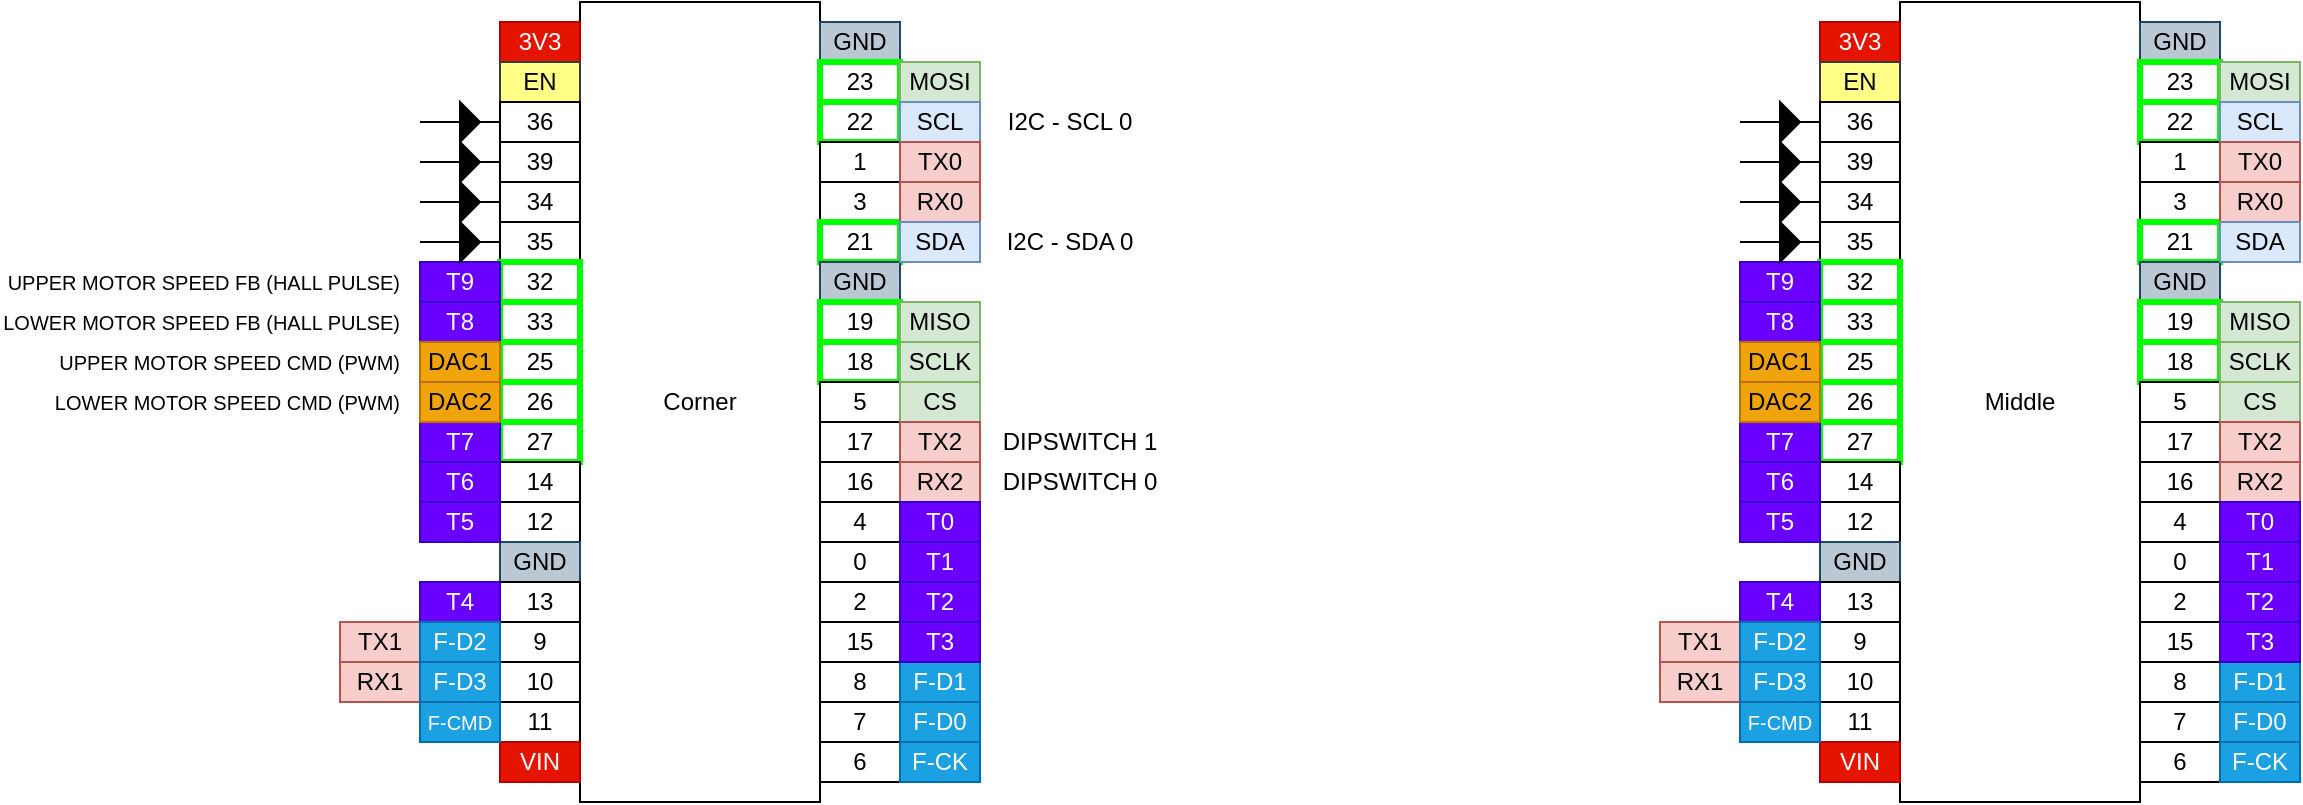
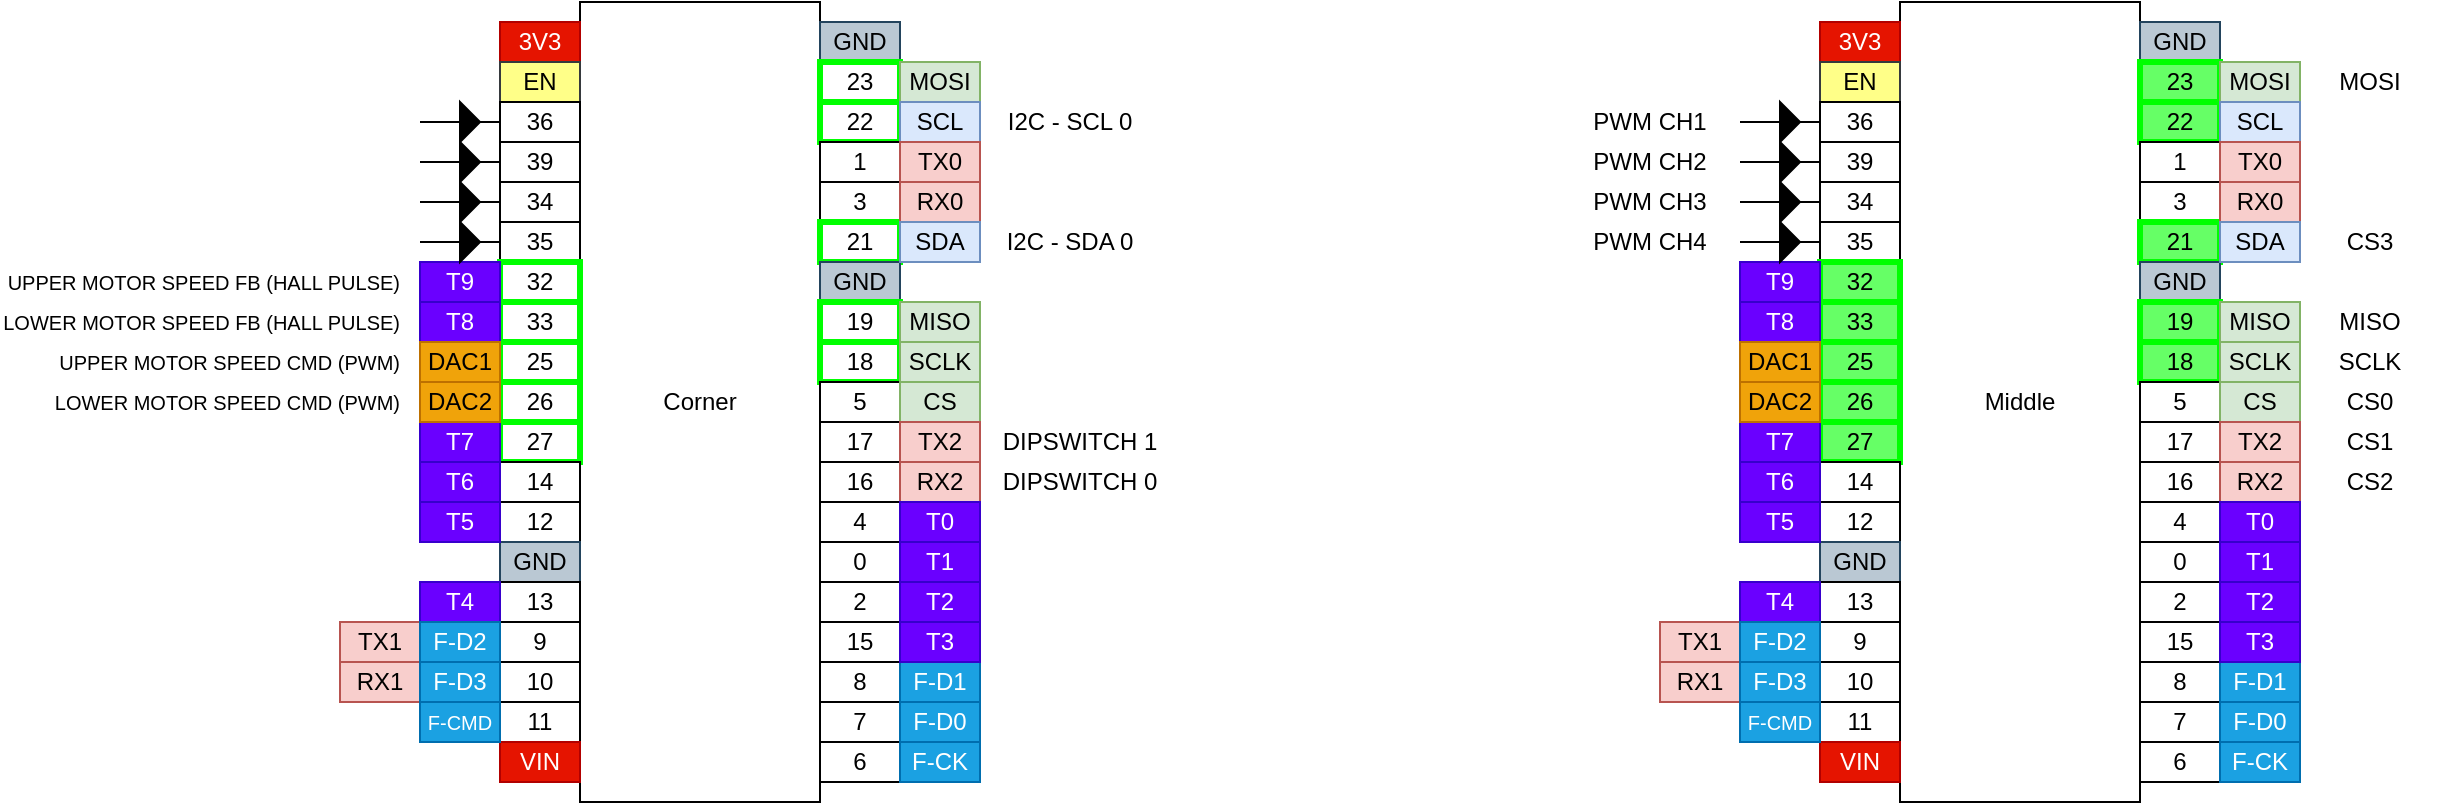
<mxfile host="Electron" agent="Mozilla/5.0 (Windows NT 10.0; Win64; x64) AppleWebKit/537.36 (KHTML, like Gecko) draw.io/29.5.2 Chrome/142.0.7444.265 Electron/39.6.1 Safari/537.36" version="29.5.2">
  <diagram name="Page-1" id="0U7l5xha1b3fNTgttPKE">
-     <mxGraphModel dx="837" dy="571" grid="1" gridSize="10" guides="1" tooltips="1" connect="1" arrows="1" fold="1" page="1" pageScale="1" pageWidth="850" pageHeight="1100" math="0" shadow="0">
+     <mxGraphModel dx="815" dy="481" grid="1" gridSize="10" guides="1" tooltips="1" connect="1" arrows="1" fold="1" page="1" pageScale="1" pageWidth="850" pageHeight="1100" math="0" shadow="0">
      <root>
        <mxCell id="0" />
        <mxCell id="1" parent="0" />
        <mxCell id="AZQHyyr8TUuyhM8OlizS-1" parent="1" style="rounded=0;whiteSpace=wrap;html=1;" value="Corner" vertex="1">
          <mxGeometry height="400" width="120" x="360" y="270" as="geometry" />
        </mxCell>
        <mxCell id="AZQHyyr8TUuyhM8OlizS-2" parent="1" style="rounded=0;whiteSpace=wrap;html=1;fillColor=#e51400;fontColor=#ffffff;strokeColor=#B20000;" value="3V3" vertex="1">
          <mxGeometry height="20" width="40" x="320" y="280" as="geometry" />
        </mxCell>
        <mxCell id="AZQHyyr8TUuyhM8OlizS-3" parent="1" style="rounded=0;whiteSpace=wrap;html=1;fillColor=#ffff88;strokeColor=#36393d;" value="EN" vertex="1">
          <mxGeometry height="20" width="40" x="320" y="300" as="geometry" />
        </mxCell>
        <mxCell id="AZQHyyr8TUuyhM8OlizS-4" parent="1" style="rounded=0;whiteSpace=wrap;html=1;" value="36" vertex="1">
          <mxGeometry height="20" width="40" x="320" y="320" as="geometry" />
        </mxCell>
        <mxCell id="AZQHyyr8TUuyhM8OlizS-5" parent="1" style="rounded=0;whiteSpace=wrap;html=1;" value="39" vertex="1">
          <mxGeometry height="20" width="40" x="320" y="340" as="geometry" />
        </mxCell>
        <mxCell id="AZQHyyr8TUuyhM8OlizS-6" parent="1" style="rounded=0;whiteSpace=wrap;html=1;" value="34" vertex="1">
          <mxGeometry height="20" width="40" x="320" y="360" as="geometry" />
        </mxCell>
        <mxCell id="AZQHyyr8TUuyhM8OlizS-7" parent="1" style="rounded=0;whiteSpace=wrap;html=1;" value="35" vertex="1">
          <mxGeometry height="20" width="40" x="320" y="380" as="geometry" />
        </mxCell>
        <mxCell id="AZQHyyr8TUuyhM8OlizS-8" parent="1" style="rounded=0;whiteSpace=wrap;html=1;strokeColor=#00FF00;strokeWidth=3;" value="32" vertex="1">
          <mxGeometry height="20" width="40" x="320" y="400" as="geometry" />
        </mxCell>
        <mxCell id="AZQHyyr8TUuyhM8OlizS-9" parent="1" style="rounded=0;whiteSpace=wrap;html=1;strokeColor=#00FF00;strokeWidth=3;" value="33" vertex="1">
          <mxGeometry height="20" width="40" x="320" y="420" as="geometry" />
        </mxCell>
        <mxCell id="AZQHyyr8TUuyhM8OlizS-10" parent="1" style="rounded=0;whiteSpace=wrap;html=1;strokeColor=#00FF00;strokeWidth=3;" value="25" vertex="1">
          <mxGeometry height="20" width="40" x="320" y="440" as="geometry" />
        </mxCell>
        <mxCell id="AZQHyyr8TUuyhM8OlizS-11" parent="1" style="rounded=0;whiteSpace=wrap;html=1;strokeColor=#00FF00;strokeWidth=3;" value="26" vertex="1">
          <mxGeometry height="20" width="40" x="320" y="460" as="geometry" />
        </mxCell>
        <mxCell id="AZQHyyr8TUuyhM8OlizS-12" parent="1" style="rounded=0;whiteSpace=wrap;html=1;strokeColor=#00FF00;strokeWidth=3;" value="27" vertex="1">
          <mxGeometry height="20" width="40" x="320" y="480" as="geometry" />
        </mxCell>
        <mxCell id="AZQHyyr8TUuyhM8OlizS-13" parent="1" style="rounded=0;whiteSpace=wrap;html=1;" value="14" vertex="1">
          <mxGeometry height="20" width="40" x="320" y="500" as="geometry" />
        </mxCell>
        <mxCell id="AZQHyyr8TUuyhM8OlizS-14" parent="1" style="rounded=0;whiteSpace=wrap;html=1;" value="12" vertex="1">
          <mxGeometry height="20" width="40" x="320" y="520" as="geometry" />
        </mxCell>
        <mxCell id="AZQHyyr8TUuyhM8OlizS-15" parent="1" style="rounded=0;whiteSpace=wrap;html=1;fillColor=#bac8d3;strokeColor=#23445d;" value="GND" vertex="1">
          <mxGeometry height="20" width="40" x="320" y="540" as="geometry" />
        </mxCell>
        <mxCell id="AZQHyyr8TUuyhM8OlizS-16" parent="1" style="rounded=0;whiteSpace=wrap;html=1;" value="13" vertex="1">
          <mxGeometry height="20" width="40" x="320" y="560" as="geometry" />
        </mxCell>
        <mxCell id="AZQHyyr8TUuyhM8OlizS-17" parent="1" style="rounded=0;whiteSpace=wrap;html=1;" value="9" vertex="1">
          <mxGeometry height="20" width="40" x="320" y="580" as="geometry" />
        </mxCell>
        <mxCell id="AZQHyyr8TUuyhM8OlizS-18" parent="1" style="rounded=0;whiteSpace=wrap;html=1;" value="10" vertex="1">
          <mxGeometry height="20" width="40" x="320" y="600" as="geometry" />
        </mxCell>
        <mxCell id="AZQHyyr8TUuyhM8OlizS-19" parent="1" style="rounded=0;whiteSpace=wrap;html=1;" value="11" vertex="1">
          <mxGeometry height="20" width="40" x="320" y="620" as="geometry" />
        </mxCell>
        <mxCell id="AZQHyyr8TUuyhM8OlizS-20" parent="1" style="rounded=0;whiteSpace=wrap;html=1;fillColor=#e51400;fontColor=#ffffff;strokeColor=#B20000;" value="VIN" vertex="1">
          <mxGeometry height="20" width="40" x="320" y="640" as="geometry" />
        </mxCell>
        <mxCell id="AZQHyyr8TUuyhM8OlizS-21" parent="1" style="rounded=0;whiteSpace=wrap;html=1;fillColor=#bac8d3;strokeColor=#23445d;" value="GND" vertex="1">
          <mxGeometry height="20" width="40" x="480" y="280" as="geometry" />
        </mxCell>
        <mxCell id="AZQHyyr8TUuyhM8OlizS-22" parent="1" style="rounded=0;whiteSpace=wrap;html=1;strokeColor=#00FF00;strokeWidth=3;" value="23" vertex="1">
          <mxGeometry height="20" width="40" x="480" y="300" as="geometry" />
        </mxCell>
        <mxCell id="AZQHyyr8TUuyhM8OlizS-23" parent="1" style="rounded=0;whiteSpace=wrap;html=1;strokeColor=#00FF00;strokeWidth=3;" value="22" vertex="1">
          <mxGeometry height="20" width="40" x="480" y="320" as="geometry" />
        </mxCell>
        <mxCell id="AZQHyyr8TUuyhM8OlizS-24" parent="1" style="rounded=0;whiteSpace=wrap;html=1;" value="1" vertex="1">
          <mxGeometry height="20" width="40" x="480" y="340" as="geometry" />
        </mxCell>
        <mxCell id="AZQHyyr8TUuyhM8OlizS-25" parent="1" style="rounded=0;whiteSpace=wrap;html=1;" value="3" vertex="1">
          <mxGeometry height="20" width="40" x="480" y="360" as="geometry" />
        </mxCell>
        <mxCell id="AZQHyyr8TUuyhM8OlizS-26" parent="1" style="rounded=0;whiteSpace=wrap;html=1;strokeColor=#00FF00;strokeWidth=3;" value="21" vertex="1">
          <mxGeometry height="20" width="40" x="480" y="380" as="geometry" />
        </mxCell>
        <mxCell id="AZQHyyr8TUuyhM8OlizS-27" parent="1" style="rounded=0;whiteSpace=wrap;html=1;fillColor=#bac8d3;strokeColor=#23445d;" value="GND" vertex="1">
          <mxGeometry height="20" width="40" x="480" y="400" as="geometry" />
        </mxCell>
        <mxCell id="AZQHyyr8TUuyhM8OlizS-28" parent="1" style="rounded=0;whiteSpace=wrap;html=1;strokeColor=#00FF00;strokeWidth=3;" value="19" vertex="1">
          <mxGeometry height="20" width="40" x="480" y="420" as="geometry" />
        </mxCell>
        <mxCell id="AZQHyyr8TUuyhM8OlizS-29" parent="1" style="rounded=0;whiteSpace=wrap;html=1;strokeColor=#00FF00;strokeWidth=3;" value="18" vertex="1">
          <mxGeometry height="20" width="40" x="480" y="440" as="geometry" />
        </mxCell>
        <mxCell id="AZQHyyr8TUuyhM8OlizS-30" parent="1" style="rounded=0;whiteSpace=wrap;html=1;" value="5" vertex="1">
          <mxGeometry height="20" width="40" x="480" y="460" as="geometry" />
        </mxCell>
        <mxCell id="AZQHyyr8TUuyhM8OlizS-31" parent="1" style="rounded=0;whiteSpace=wrap;html=1;" value="17" vertex="1">
          <mxGeometry height="20" width="40" x="480" y="480" as="geometry" />
        </mxCell>
        <mxCell id="AZQHyyr8TUuyhM8OlizS-32" parent="1" style="rounded=0;whiteSpace=wrap;html=1;" value="16" vertex="1">
          <mxGeometry height="20" width="40" x="480" y="500" as="geometry" />
        </mxCell>
        <mxCell id="AZQHyyr8TUuyhM8OlizS-33" parent="1" style="rounded=0;whiteSpace=wrap;html=1;" value="4" vertex="1">
          <mxGeometry height="20" width="40" x="480" y="520" as="geometry" />
        </mxCell>
        <mxCell id="AZQHyyr8TUuyhM8OlizS-34" parent="1" style="rounded=0;whiteSpace=wrap;html=1;" value="0" vertex="1">
          <mxGeometry height="20" width="40" x="480" y="540" as="geometry" />
        </mxCell>
        <mxCell id="AZQHyyr8TUuyhM8OlizS-35" parent="1" style="rounded=0;whiteSpace=wrap;html=1;" value="2" vertex="1">
          <mxGeometry height="20" width="40" x="480" y="560" as="geometry" />
        </mxCell>
        <mxCell id="AZQHyyr8TUuyhM8OlizS-36" parent="1" style="rounded=0;whiteSpace=wrap;html=1;" value="15" vertex="1">
          <mxGeometry height="20" width="40" x="480" y="580" as="geometry" />
        </mxCell>
        <mxCell id="AZQHyyr8TUuyhM8OlizS-37" parent="1" style="rounded=0;whiteSpace=wrap;html=1;" value="8" vertex="1">
          <mxGeometry height="20" width="40" x="480" y="600" as="geometry" />
        </mxCell>
        <mxCell id="AZQHyyr8TUuyhM8OlizS-38" parent="1" style="rounded=0;whiteSpace=wrap;html=1;" value="7" vertex="1">
          <mxGeometry height="20" width="40" x="480" y="620" as="geometry" />
        </mxCell>
        <mxCell id="AZQHyyr8TUuyhM8OlizS-39" parent="1" style="rounded=0;whiteSpace=wrap;html=1;" value="6" vertex="1">
          <mxGeometry height="20" width="40" x="480" y="640" as="geometry" />
        </mxCell>
        <mxCell id="AZQHyyr8TUuyhM8OlizS-40" parent="1" style="rounded=0;whiteSpace=wrap;html=1;fillColor=#d5e8d4;strokeColor=#82b366;" value="MOSI" vertex="1">
          <mxGeometry height="20" width="40" x="520" y="300" as="geometry" />
        </mxCell>
        <mxCell id="AZQHyyr8TUuyhM8OlizS-41" parent="1" style="rounded=0;whiteSpace=wrap;html=1;fillColor=#d5e8d4;strokeColor=#82b366;" value="MISO" vertex="1">
          <mxGeometry height="20" width="40" x="520" y="420" as="geometry" />
        </mxCell>
        <mxCell id="AZQHyyr8TUuyhM8OlizS-42" parent="1" style="rounded=0;whiteSpace=wrap;html=1;fillColor=#dae8fc;strokeColor=#6c8ebf;" value="SCL" vertex="1">
          <mxGeometry height="20" width="40" x="520" y="320" as="geometry" />
        </mxCell>
        <mxCell id="AZQHyyr8TUuyhM8OlizS-43" parent="1" style="rounded=0;whiteSpace=wrap;html=1;fillColor=#f8cecc;strokeColor=#b85450;" value="TX0" vertex="1">
          <mxGeometry height="20" width="40" x="520" y="340" as="geometry" />
        </mxCell>
        <mxCell id="AZQHyyr8TUuyhM8OlizS-44" parent="1" style="rounded=0;whiteSpace=wrap;html=1;fillColor=#f8cecc;strokeColor=#b85450;" value="RX0" vertex="1">
          <mxGeometry height="20" width="40" x="520" y="360" as="geometry" />
        </mxCell>
        <mxCell id="AZQHyyr8TUuyhM8OlizS-45" parent="1" style="rounded=0;whiteSpace=wrap;html=1;fillColor=#dae8fc;strokeColor=#6c8ebf;" value="SDA" vertex="1">
          <mxGeometry height="20" width="40" x="520" y="380" as="geometry" />
        </mxCell>
        <mxCell id="AZQHyyr8TUuyhM8OlizS-46" parent="1" style="rounded=0;whiteSpace=wrap;html=1;fillColor=#d5e8d4;strokeColor=#82b366;" value="SCLK" vertex="1">
          <mxGeometry height="20" width="40" x="520" y="440" as="geometry" />
        </mxCell>
        <mxCell id="AZQHyyr8TUuyhM8OlizS-47" parent="1" style="rounded=0;whiteSpace=wrap;html=1;fillColor=#d5e8d4;strokeColor=#82b366;" value="CS" vertex="1">
          <mxGeometry height="20" width="40" x="520" y="460" as="geometry" />
        </mxCell>
        <mxCell id="AZQHyyr8TUuyhM8OlizS-48" parent="1" style="rounded=0;whiteSpace=wrap;html=1;fillColor=#f8cecc;strokeColor=#b85450;" value="TX2" vertex="1">
          <mxGeometry height="20" width="40" x="520" y="480" as="geometry" />
        </mxCell>
        <mxCell id="AZQHyyr8TUuyhM8OlizS-49" parent="1" style="rounded=0;whiteSpace=wrap;html=1;fillColor=#f8cecc;strokeColor=#b85450;" value="RX2" vertex="1">
          <mxGeometry height="20" width="40" x="520" y="500" as="geometry" />
        </mxCell>
        <mxCell id="AZQHyyr8TUuyhM8OlizS-50" parent="1" style="rounded=0;whiteSpace=wrap;html=1;fillColor=#1ba1e2;strokeColor=#006EAF;fontColor=#ffffff;" value="F-D1" vertex="1">
          <mxGeometry height="20" width="40" x="520" y="600" as="geometry" />
        </mxCell>
        <mxCell id="AZQHyyr8TUuyhM8OlizS-51" parent="1" style="rounded=0;whiteSpace=wrap;html=1;fillColor=#1ba1e2;strokeColor=#006EAF;fontColor=#ffffff;" value="F-D0" vertex="1">
          <mxGeometry height="20" width="40" x="520" y="620" as="geometry" />
        </mxCell>
        <mxCell id="AZQHyyr8TUuyhM8OlizS-52" parent="1" style="rounded=0;whiteSpace=wrap;html=1;fillColor=#1ba1e2;strokeColor=#006EAF;fontColor=#ffffff;" value="F-CK" vertex="1">
          <mxGeometry height="20" width="40" x="520" y="640" as="geometry" />
        </mxCell>
        <mxCell id="AZQHyyr8TUuyhM8OlizS-53" parent="1" style="rounded=0;whiteSpace=wrap;html=1;fillColor=#6a00ff;strokeColor=#3700CC;fontColor=#ffffff;" value="T0" vertex="1">
          <mxGeometry height="20" width="40" x="520" y="520" as="geometry" />
        </mxCell>
        <mxCell id="AZQHyyr8TUuyhM8OlizS-54" parent="1" style="rounded=0;whiteSpace=wrap;html=1;fillColor=#6a00ff;strokeColor=#3700CC;fontColor=#ffffff;" value="T1" vertex="1">
          <mxGeometry height="20" width="40" x="520" y="540" as="geometry" />
        </mxCell>
        <mxCell id="AZQHyyr8TUuyhM8OlizS-55" parent="1" style="rounded=0;whiteSpace=wrap;html=1;fillColor=#6a00ff;strokeColor=#3700CC;fontColor=#ffffff;" value="T2" vertex="1">
          <mxGeometry height="20" width="40" x="520" y="560" as="geometry" />
        </mxCell>
        <mxCell id="AZQHyyr8TUuyhM8OlizS-56" parent="1" style="rounded=0;whiteSpace=wrap;html=1;fillColor=#6a00ff;strokeColor=#3700CC;fontColor=#ffffff;" value="T3" vertex="1">
          <mxGeometry height="20" width="40" x="520" y="580" as="geometry" />
        </mxCell>
        <mxCell id="AZQHyyr8TUuyhM8OlizS-57" parent="1" style="rounded=0;whiteSpace=wrap;html=1;fillColor=#6a00ff;strokeColor=#3700CC;fontColor=#ffffff;" value="T4" vertex="1">
          <mxGeometry height="20" width="40" x="280" y="560" as="geometry" />
        </mxCell>
        <mxCell id="AZQHyyr8TUuyhM8OlizS-58" parent="1" style="rounded=0;whiteSpace=wrap;html=1;fillColor=#6a00ff;strokeColor=#3700CC;fontColor=#ffffff;" value="T5" vertex="1">
          <mxGeometry height="20" width="40" x="280" y="520" as="geometry" />
        </mxCell>
        <mxCell id="AZQHyyr8TUuyhM8OlizS-59" parent="1" style="rounded=0;whiteSpace=wrap;html=1;fillColor=#6a00ff;strokeColor=#3700CC;fontColor=#ffffff;" value="T6" vertex="1">
          <mxGeometry height="20" width="40" x="280" y="500" as="geometry" />
        </mxCell>
        <mxCell id="AZQHyyr8TUuyhM8OlizS-61" parent="1" style="rounded=0;whiteSpace=wrap;html=1;fillColor=#6a00ff;strokeColor=#3700CC;fontColor=#ffffff;" value="T7" vertex="1">
          <mxGeometry height="20" width="40" x="280" y="480" as="geometry" />
        </mxCell>
        <mxCell id="AZQHyyr8TUuyhM8OlizS-62" parent="1" style="rounded=0;whiteSpace=wrap;html=1;fillColor=#6a00ff;strokeColor=#3700CC;fontColor=#ffffff;" value="T8" vertex="1">
          <mxGeometry height="20" width="40" x="280" y="420" as="geometry" />
        </mxCell>
        <mxCell id="AZQHyyr8TUuyhM8OlizS-63" parent="1" style="rounded=0;whiteSpace=wrap;html=1;fillColor=#6a00ff;strokeColor=#3700CC;fontColor=#ffffff;" value="T9" vertex="1">
          <mxGeometry height="20" width="40" x="280" y="400" as="geometry" />
        </mxCell>
        <mxCell id="AZQHyyr8TUuyhM8OlizS-64" parent="1" style="rounded=0;whiteSpace=wrap;html=1;fillColor=#f8cecc;strokeColor=#b85450;" value="TX1" vertex="1">
          <mxGeometry height="20" width="40" x="240" y="580" as="geometry" />
        </mxCell>
        <mxCell id="AZQHyyr8TUuyhM8OlizS-65" parent="1" style="rounded=0;whiteSpace=wrap;html=1;fillColor=#f8cecc;strokeColor=#b85450;" value="RX1" vertex="1">
          <mxGeometry height="20" width="40" x="240" y="600" as="geometry" />
        </mxCell>
        <mxCell id="AZQHyyr8TUuyhM8OlizS-66" parent="1" style="rounded=0;whiteSpace=wrap;html=1;fillColor=#f0a30a;strokeColor=#BD7000;fontColor=#000000;" value="DAC1" vertex="1">
          <mxGeometry height="20" width="40" x="280" y="440" as="geometry" />
        </mxCell>
        <mxCell id="AZQHyyr8TUuyhM8OlizS-67" parent="1" style="rounded=0;whiteSpace=wrap;html=1;fillColor=#f0a30a;strokeColor=#BD7000;fontColor=#000000;" value="DAC2" vertex="1">
          <mxGeometry height="20" width="40" x="280" y="460" as="geometry" />
        </mxCell>
        <mxCell id="AZQHyyr8TUuyhM8OlizS-68" parent="1" style="rounded=0;whiteSpace=wrap;html=1;fillColor=#1ba1e2;strokeColor=#006EAF;fontColor=#ffffff;" value="F-D2" vertex="1">
          <mxGeometry height="20" width="40" x="280" y="580" as="geometry" />
        </mxCell>
        <mxCell id="AZQHyyr8TUuyhM8OlizS-69" parent="1" style="rounded=0;whiteSpace=wrap;html=1;fillColor=#1ba1e2;strokeColor=#006EAF;fontColor=#ffffff;" value="F-D3" vertex="1">
          <mxGeometry height="20" width="40" x="280" y="600" as="geometry" />
        </mxCell>
        <mxCell id="AZQHyyr8TUuyhM8OlizS-70" parent="1" style="rounded=0;whiteSpace=wrap;html=1;fillColor=#1ba1e2;strokeColor=#006EAF;fontColor=#ffffff;fontSize=10;" value="F-CMD" vertex="1">
          <mxGeometry height="20" width="40" x="280" y="620" as="geometry" />
        </mxCell>
        <mxCell id="AZQHyyr8TUuyhM8OlizS-76" parent="1" style="triangle;whiteSpace=wrap;html=1;fillColor=#000000;" value="" vertex="1">
          <mxGeometry height="20" width="10" x="300" y="380" as="geometry" />
        </mxCell>
        <mxCell id="AZQHyyr8TUuyhM8OlizS-78" edge="1" parent="1" style="endArrow=none;html=1;rounded=0;entryX=0;entryY=0.5;entryDx=0;entryDy=0;" target="AZQHyyr8TUuyhM8OlizS-7" value="">
          <mxGeometry height="50" relative="1" width="50" as="geometry">
            <mxPoint x="280" y="390" as="sourcePoint" />
            <mxPoint x="350" y="380" as="targetPoint" />
          </mxGeometry>
        </mxCell>
        <mxCell id="AZQHyyr8TUuyhM8OlizS-79" parent="1" style="triangle;whiteSpace=wrap;html=1;fillColor=#000000;" value="" vertex="1">
          <mxGeometry height="20" width="10" x="300" y="360" as="geometry" />
        </mxCell>
        <mxCell id="AZQHyyr8TUuyhM8OlizS-80" edge="1" parent="1" style="endArrow=none;html=1;rounded=0;entryX=0;entryY=0.5;entryDx=0;entryDy=0;" value="">
          <mxGeometry height="50" relative="1" width="50" as="geometry">
            <mxPoint x="280" y="370" as="sourcePoint" />
            <mxPoint x="320" y="370" as="targetPoint" />
          </mxGeometry>
        </mxCell>
        <mxCell id="AZQHyyr8TUuyhM8OlizS-81" parent="1" style="triangle;whiteSpace=wrap;html=1;fillColor=#000000;" value="" vertex="1">
          <mxGeometry height="20" width="10" x="300" y="340" as="geometry" />
        </mxCell>
        <mxCell id="AZQHyyr8TUuyhM8OlizS-82" edge="1" parent="1" style="endArrow=none;html=1;rounded=0;entryX=0;entryY=0.5;entryDx=0;entryDy=0;" value="">
          <mxGeometry height="50" relative="1" width="50" as="geometry">
            <mxPoint x="280" y="350" as="sourcePoint" />
            <mxPoint x="320" y="350" as="targetPoint" />
          </mxGeometry>
        </mxCell>
        <mxCell id="AZQHyyr8TUuyhM8OlizS-83" parent="1" style="triangle;whiteSpace=wrap;html=1;fillColor=#000000;" value="" vertex="1">
          <mxGeometry height="20" width="10" x="300" y="320" as="geometry" />
        </mxCell>
        <mxCell id="AZQHyyr8TUuyhM8OlizS-84" edge="1" parent="1" style="endArrow=none;html=1;rounded=0;entryX=0;entryY=0.5;entryDx=0;entryDy=0;" value="">
          <mxGeometry height="50" relative="1" width="50" as="geometry">
            <mxPoint x="280" y="330" as="sourcePoint" />
            <mxPoint x="320" y="330" as="targetPoint" />
          </mxGeometry>
        </mxCell>
        <mxCell id="ssHvUPUqtnwxl1VeHmvv-1" parent="1" style="text;html=1;whiteSpace=wrap;strokeColor=none;fillColor=none;align=right;verticalAlign=middle;rounded=0;fontSize=10;spacing=0;" value="UPPER MOTOR SPEED CMD (PWM)" vertex="1">
          <mxGeometry height="10" width="200" x="70" y="445" as="geometry" />
        </mxCell>
        <mxCell id="ssHvUPUqtnwxl1VeHmvv-2" parent="1" style="text;html=1;whiteSpace=wrap;strokeColor=none;fillColor=none;align=right;verticalAlign=middle;rounded=0;fontSize=10;spacing=0;" value="LOWER MOTOR SPEED CMD (PWM)" vertex="1">
          <mxGeometry height="10" width="200" x="70" y="465" as="geometry" />
        </mxCell>
        <mxCell id="ssHvUPUqtnwxl1VeHmvv-3" parent="1" style="text;html=1;whiteSpace=wrap;strokeColor=none;fillColor=none;align=right;verticalAlign=middle;rounded=0;fontSize=10;spacing=0;" value="LOWER MOTOR SPEED FB (HALL PULSE)" vertex="1">
          <mxGeometry height="10" width="200" x="70" y="425" as="geometry" />
        </mxCell>
        <mxCell id="ssHvUPUqtnwxl1VeHmvv-4" parent="1" style="text;html=1;whiteSpace=wrap;strokeColor=none;fillColor=none;align=right;verticalAlign=middle;rounded=0;fontSize=10;spacing=0;" value="UPPER MOTOR SPEED FB (HALL PULSE)" vertex="1">
          <mxGeometry height="10" width="200" x="70" y="405" as="geometry" />
        </mxCell>
        <mxCell id="ssHvUPUqtnwxl1VeHmvv-5" parent="1" style="text;html=1;whiteSpace=wrap;strokeColor=none;fillColor=none;align=center;verticalAlign=middle;rounded=0;" value="I2C - SCL 0" vertex="1">
          <mxGeometry height="20" width="70" x="570" y="320" as="geometry" />
        </mxCell>
        <mxCell id="ssHvUPUqtnwxl1VeHmvv-6" parent="1" style="text;html=1;whiteSpace=wrap;strokeColor=none;fillColor=none;align=center;verticalAlign=middle;rounded=0;" value="I2C - SDA 0" vertex="1">
          <mxGeometry height="20" width="70" x="570" y="380" as="geometry" />
        </mxCell>
        <mxCell id="ssHvUPUqtnwxl1VeHmvv-10" parent="1" style="text;html=1;whiteSpace=wrap;strokeColor=none;fillColor=none;align=center;verticalAlign=middle;rounded=0;" value="DIPSWITCH 1" vertex="1">
          <mxGeometry height="20" width="80" x="570" y="480" as="geometry" />
        </mxCell>
        <mxCell id="ssHvUPUqtnwxl1VeHmvv-11" parent="1" style="text;html=1;whiteSpace=wrap;strokeColor=none;fillColor=none;align=center;verticalAlign=middle;rounded=0;" value="DIPSWITCH 0" vertex="1">
          <mxGeometry height="20" width="80" x="570" y="500" as="geometry" />
        </mxCell>
        <mxCell id="CZOTg7jEOfR4dSwDY7-H-3" parent="1" style="rounded=0;whiteSpace=wrap;html=1;" value="Middle" vertex="1">
          <mxGeometry height="400" width="120" x="1020" y="270" as="geometry" />
        </mxCell>
        <mxCell id="CZOTg7jEOfR4dSwDY7-H-4" parent="1" style="rounded=0;whiteSpace=wrap;html=1;fillColor=#e51400;fontColor=#ffffff;strokeColor=#B20000;" value="3V3" vertex="1">
          <mxGeometry height="20" width="40" x="980" y="280" as="geometry" />
        </mxCell>
        <mxCell id="CZOTg7jEOfR4dSwDY7-H-5" parent="1" style="rounded=0;whiteSpace=wrap;html=1;fillColor=#ffff88;strokeColor=#36393d;" value="EN" vertex="1">
          <mxGeometry height="20" width="40" x="980" y="300" as="geometry" />
        </mxCell>
        <mxCell id="CZOTg7jEOfR4dSwDY7-H-6" parent="1" style="rounded=0;whiteSpace=wrap;html=1;" value="36" vertex="1">
          <mxGeometry height="20" width="40" x="980" y="320" as="geometry" />
        </mxCell>
        <mxCell id="CZOTg7jEOfR4dSwDY7-H-7" parent="1" style="rounded=0;whiteSpace=wrap;html=1;" value="39" vertex="1">
          <mxGeometry height="20" width="40" x="980" y="340" as="geometry" />
        </mxCell>
        <mxCell id="CZOTg7jEOfR4dSwDY7-H-8" parent="1" style="rounded=0;whiteSpace=wrap;html=1;" value="34" vertex="1">
          <mxGeometry height="20" width="40" x="980" y="360" as="geometry" />
        </mxCell>
        <mxCell id="CZOTg7jEOfR4dSwDY7-H-9" parent="1" style="rounded=0;whiteSpace=wrap;html=1;" value="35" vertex="1">
          <mxGeometry height="20" width="40" x="980" y="380" as="geometry" />
        </mxCell>
-         <mxCell id="CZOTg7jEOfR4dSwDY7-H-10" parent="1" style="rounded=0;whiteSpace=wrap;html=1;strokeColor=#00FF00;strokeWidth=3;" value="32" vertex="1">
+         <mxCell id="CZOTg7jEOfR4dSwDY7-H-10" parent="1" style="rounded=0;whiteSpace=wrap;html=1;strokeColor=#00FF00;strokeWidth=3;fillColor=#66FF66;" value="32" vertex="1">
          <mxGeometry height="20" width="40" x="980" y="400" as="geometry" />
        </mxCell>
-         <mxCell id="CZOTg7jEOfR4dSwDY7-H-11" parent="1" style="rounded=0;whiteSpace=wrap;html=1;strokeColor=#00FF00;strokeWidth=3;" value="33" vertex="1">
+         <mxCell id="CZOTg7jEOfR4dSwDY7-H-11" parent="1" style="rounded=0;whiteSpace=wrap;html=1;strokeColor=#00FF00;strokeWidth=3;fillColor=#66FF66;" value="33" vertex="1">
          <mxGeometry height="20" width="40" x="980" y="420" as="geometry" />
        </mxCell>
-         <mxCell id="CZOTg7jEOfR4dSwDY7-H-12" parent="1" style="rounded=0;whiteSpace=wrap;html=1;strokeColor=#00FF00;strokeWidth=3;" value="25" vertex="1">
+         <mxCell id="CZOTg7jEOfR4dSwDY7-H-12" parent="1" style="rounded=0;whiteSpace=wrap;html=1;strokeColor=#00FF00;strokeWidth=3;fillColor=#66FF66;" value="25" vertex="1">
          <mxGeometry height="20" width="40" x="980" y="440" as="geometry" />
        </mxCell>
-         <mxCell id="CZOTg7jEOfR4dSwDY7-H-13" parent="1" style="rounded=0;whiteSpace=wrap;html=1;strokeColor=#00FF00;strokeWidth=3;" value="26" vertex="1">
+         <mxCell id="CZOTg7jEOfR4dSwDY7-H-13" parent="1" style="rounded=0;whiteSpace=wrap;html=1;strokeColor=#00FF00;strokeWidth=3;fillColor=#66FF66;" value="26" vertex="1">
          <mxGeometry height="20" width="40" x="980" y="460" as="geometry" />
        </mxCell>
-         <mxCell id="CZOTg7jEOfR4dSwDY7-H-14" parent="1" style="rounded=0;whiteSpace=wrap;html=1;strokeColor=#00FF00;strokeWidth=3;" value="27" vertex="1">
+         <mxCell id="CZOTg7jEOfR4dSwDY7-H-14" parent="1" style="rounded=0;whiteSpace=wrap;html=1;strokeColor=#00FF00;strokeWidth=3;fillColor=#66FF66;" value="27" vertex="1">
          <mxGeometry height="20" width="40" x="980" y="480" as="geometry" />
        </mxCell>
        <mxCell id="CZOTg7jEOfR4dSwDY7-H-15" parent="1" style="rounded=0;whiteSpace=wrap;html=1;" value="14" vertex="1">
          <mxGeometry height="20" width="40" x="980" y="500" as="geometry" />
        </mxCell>
        <mxCell id="CZOTg7jEOfR4dSwDY7-H-16" parent="1" style="rounded=0;whiteSpace=wrap;html=1;" value="12" vertex="1">
          <mxGeometry height="20" width="40" x="980" y="520" as="geometry" />
        </mxCell>
        <mxCell id="CZOTg7jEOfR4dSwDY7-H-17" parent="1" style="rounded=0;whiteSpace=wrap;html=1;fillColor=#bac8d3;strokeColor=#23445d;" value="GND" vertex="1">
          <mxGeometry height="20" width="40" x="980" y="540" as="geometry" />
        </mxCell>
        <mxCell id="CZOTg7jEOfR4dSwDY7-H-18" parent="1" style="rounded=0;whiteSpace=wrap;html=1;" value="13" vertex="1">
          <mxGeometry height="20" width="40" x="980" y="560" as="geometry" />
        </mxCell>
        <mxCell id="CZOTg7jEOfR4dSwDY7-H-19" parent="1" style="rounded=0;whiteSpace=wrap;html=1;" value="9" vertex="1">
          <mxGeometry height="20" width="40" x="980" y="580" as="geometry" />
        </mxCell>
        <mxCell id="CZOTg7jEOfR4dSwDY7-H-20" parent="1" style="rounded=0;whiteSpace=wrap;html=1;" value="10" vertex="1">
          <mxGeometry height="20" width="40" x="980" y="600" as="geometry" />
        </mxCell>
        <mxCell id="CZOTg7jEOfR4dSwDY7-H-21" parent="1" style="rounded=0;whiteSpace=wrap;html=1;" value="11" vertex="1">
          <mxGeometry height="20" width="40" x="980" y="620" as="geometry" />
        </mxCell>
        <mxCell id="CZOTg7jEOfR4dSwDY7-H-22" parent="1" style="rounded=0;whiteSpace=wrap;html=1;fillColor=#e51400;fontColor=#ffffff;strokeColor=#B20000;" value="VIN" vertex="1">
          <mxGeometry height="20" width="40" x="980" y="640" as="geometry" />
        </mxCell>
        <mxCell id="CZOTg7jEOfR4dSwDY7-H-23" parent="1" style="rounded=0;whiteSpace=wrap;html=1;fillColor=#bac8d3;strokeColor=#23445d;" value="GND" vertex="1">
          <mxGeometry height="20" width="40" x="1140" y="280" as="geometry" />
        </mxCell>
-         <mxCell id="CZOTg7jEOfR4dSwDY7-H-24" parent="1" style="rounded=0;whiteSpace=wrap;html=1;strokeColor=#00FF00;strokeWidth=3;" value="23" vertex="1">
+         <mxCell id="CZOTg7jEOfR4dSwDY7-H-24" parent="1" style="rounded=0;whiteSpace=wrap;html=1;strokeColor=#00FF00;strokeWidth=3;fillColor=#66FF66;" value="23" vertex="1">
          <mxGeometry height="20" width="40" x="1140" y="300" as="geometry" />
        </mxCell>
-         <mxCell id="CZOTg7jEOfR4dSwDY7-H-25" parent="1" style="rounded=0;whiteSpace=wrap;html=1;strokeColor=#00FF00;strokeWidth=3;" value="22" vertex="1">
+         <mxCell id="CZOTg7jEOfR4dSwDY7-H-25" parent="1" style="rounded=0;whiteSpace=wrap;html=1;strokeColor=#00FF00;strokeWidth=3;fillColor=#66FF66;" value="22" vertex="1">
          <mxGeometry height="20" width="40" x="1140" y="320" as="geometry" />
        </mxCell>
        <mxCell id="CZOTg7jEOfR4dSwDY7-H-26" parent="1" style="rounded=0;whiteSpace=wrap;html=1;" value="1" vertex="1">
          <mxGeometry height="20" width="40" x="1140" y="340" as="geometry" />
        </mxCell>
        <mxCell id="CZOTg7jEOfR4dSwDY7-H-27" parent="1" style="rounded=0;whiteSpace=wrap;html=1;" value="3" vertex="1">
          <mxGeometry height="20" width="40" x="1140" y="360" as="geometry" />
        </mxCell>
-         <mxCell id="CZOTg7jEOfR4dSwDY7-H-28" parent="1" style="rounded=0;whiteSpace=wrap;html=1;strokeColor=#00FF00;strokeWidth=3;" value="21" vertex="1">
+         <mxCell id="CZOTg7jEOfR4dSwDY7-H-28" parent="1" style="rounded=0;whiteSpace=wrap;html=1;strokeColor=#00FF00;strokeWidth=3;fillColor=#66FF66;" value="21" vertex="1">
          <mxGeometry height="20" width="40" x="1140" y="380" as="geometry" />
        </mxCell>
        <mxCell id="CZOTg7jEOfR4dSwDY7-H-29" parent="1" style="rounded=0;whiteSpace=wrap;html=1;fillColor=#bac8d3;strokeColor=#23445d;" value="GND" vertex="1">
          <mxGeometry height="20" width="40" x="1140" y="400" as="geometry" />
        </mxCell>
-         <mxCell id="CZOTg7jEOfR4dSwDY7-H-30" parent="1" style="rounded=0;whiteSpace=wrap;html=1;strokeColor=#00FF00;strokeWidth=3;" value="19" vertex="1">
+         <mxCell id="CZOTg7jEOfR4dSwDY7-H-30" parent="1" style="rounded=0;whiteSpace=wrap;html=1;strokeColor=#00FF00;strokeWidth=3;fillColor=#66FF66;" value="19" vertex="1">
          <mxGeometry height="20" width="40" x="1140" y="420" as="geometry" />
        </mxCell>
-         <mxCell id="CZOTg7jEOfR4dSwDY7-H-31" parent="1" style="rounded=0;whiteSpace=wrap;html=1;strokeColor=#00FF00;strokeWidth=3;" value="18" vertex="1">
+         <mxCell id="CZOTg7jEOfR4dSwDY7-H-31" parent="1" style="rounded=0;whiteSpace=wrap;html=1;strokeColor=#00FF00;strokeWidth=3;fillColor=#66FF66;" value="18" vertex="1">
          <mxGeometry height="20" width="40" x="1140" y="440" as="geometry" />
        </mxCell>
        <mxCell id="CZOTg7jEOfR4dSwDY7-H-32" parent="1" style="rounded=0;whiteSpace=wrap;html=1;" value="5" vertex="1">
          <mxGeometry height="20" width="40" x="1140" y="460" as="geometry" />
        </mxCell>
        <mxCell id="CZOTg7jEOfR4dSwDY7-H-33" parent="1" style="rounded=0;whiteSpace=wrap;html=1;" value="17" vertex="1">
          <mxGeometry height="20" width="40" x="1140" y="480" as="geometry" />
        </mxCell>
        <mxCell id="CZOTg7jEOfR4dSwDY7-H-34" parent="1" style="rounded=0;whiteSpace=wrap;html=1;" value="16" vertex="1">
          <mxGeometry height="20" width="40" x="1140" y="500" as="geometry" />
        </mxCell>
        <mxCell id="CZOTg7jEOfR4dSwDY7-H-35" parent="1" style="rounded=0;whiteSpace=wrap;html=1;" value="4" vertex="1">
          <mxGeometry height="20" width="40" x="1140" y="520" as="geometry" />
        </mxCell>
        <mxCell id="CZOTg7jEOfR4dSwDY7-H-36" parent="1" style="rounded=0;whiteSpace=wrap;html=1;" value="0" vertex="1">
          <mxGeometry height="20" width="40" x="1140" y="540" as="geometry" />
        </mxCell>
-         <mxCell id="CZOTg7jEOfR4dSwDY7-H-37" parent="1" style="rounded=0;whiteSpace=wrap;html=1;" value="2" vertex="1">
+         <mxCell id="CZOTg7jEOfR4dSwDY7-H-37" parent="1" style="rounded=0;whiteSpace=wrap;html=1;strokeWidth=1;strokeColor=#000000;fillColor=#FFFFFF;" value="2" vertex="1">
          <mxGeometry height="20" width="40" x="1140" y="560" as="geometry" />
        </mxCell>
        <mxCell id="CZOTg7jEOfR4dSwDY7-H-38" parent="1" style="rounded=0;whiteSpace=wrap;html=1;" value="15" vertex="1">
          <mxGeometry height="20" width="40" x="1140" y="580" as="geometry" />
        </mxCell>
        <mxCell id="CZOTg7jEOfR4dSwDY7-H-39" parent="1" style="rounded=0;whiteSpace=wrap;html=1;" value="8" vertex="1">
          <mxGeometry height="20" width="40" x="1140" y="600" as="geometry" />
        </mxCell>
        <mxCell id="CZOTg7jEOfR4dSwDY7-H-40" parent="1" style="rounded=0;whiteSpace=wrap;html=1;" value="7" vertex="1">
          <mxGeometry height="20" width="40" x="1140" y="620" as="geometry" />
        </mxCell>
        <mxCell id="CZOTg7jEOfR4dSwDY7-H-41" parent="1" style="rounded=0;whiteSpace=wrap;html=1;" value="6" vertex="1">
          <mxGeometry height="20" width="40" x="1140" y="640" as="geometry" />
        </mxCell>
        <mxCell id="CZOTg7jEOfR4dSwDY7-H-42" parent="1" style="rounded=0;whiteSpace=wrap;html=1;fillColor=#d5e8d4;strokeColor=#82b366;" value="MOSI" vertex="1">
          <mxGeometry height="20" width="40" x="1180" y="300" as="geometry" />
        </mxCell>
        <mxCell id="CZOTg7jEOfR4dSwDY7-H-43" parent="1" style="rounded=0;whiteSpace=wrap;html=1;fillColor=#d5e8d4;strokeColor=#82b366;" value="MISO" vertex="1">
          <mxGeometry height="20" width="40" x="1180" y="420" as="geometry" />
        </mxCell>
        <mxCell id="CZOTg7jEOfR4dSwDY7-H-44" parent="1" style="rounded=0;whiteSpace=wrap;html=1;fillColor=#dae8fc;strokeColor=#6c8ebf;" value="SCL" vertex="1">
          <mxGeometry height="20" width="40" x="1180" y="320" as="geometry" />
        </mxCell>
        <mxCell id="CZOTg7jEOfR4dSwDY7-H-45" parent="1" style="rounded=0;whiteSpace=wrap;html=1;fillColor=#f8cecc;strokeColor=#b85450;" value="TX0" vertex="1">
          <mxGeometry height="20" width="40" x="1180" y="340" as="geometry" />
        </mxCell>
        <mxCell id="CZOTg7jEOfR4dSwDY7-H-46" parent="1" style="rounded=0;whiteSpace=wrap;html=1;fillColor=#f8cecc;strokeColor=#b85450;" value="RX0" vertex="1">
          <mxGeometry height="20" width="40" x="1180" y="360" as="geometry" />
        </mxCell>
        <mxCell id="CZOTg7jEOfR4dSwDY7-H-47" parent="1" style="rounded=0;whiteSpace=wrap;html=1;fillColor=#dae8fc;strokeColor=#6c8ebf;" value="SDA" vertex="1">
          <mxGeometry height="20" width="40" x="1180" y="380" as="geometry" />
        </mxCell>
        <mxCell id="CZOTg7jEOfR4dSwDY7-H-48" parent="1" style="rounded=0;whiteSpace=wrap;html=1;fillColor=#d5e8d4;strokeColor=#82b366;" value="SCLK" vertex="1">
          <mxGeometry height="20" width="40" x="1180" y="440" as="geometry" />
        </mxCell>
        <mxCell id="CZOTg7jEOfR4dSwDY7-H-49" parent="1" style="rounded=0;whiteSpace=wrap;html=1;fillColor=#d5e8d4;strokeColor=#82b366;" value="CS" vertex="1">
          <mxGeometry height="20" width="40" x="1180" y="460" as="geometry" />
        </mxCell>
        <mxCell id="CZOTg7jEOfR4dSwDY7-H-50" parent="1" style="rounded=0;whiteSpace=wrap;html=1;fillColor=#f8cecc;strokeColor=#b85450;" value="TX2" vertex="1">
          <mxGeometry height="20" width="40" x="1180" y="480" as="geometry" />
        </mxCell>
        <mxCell id="CZOTg7jEOfR4dSwDY7-H-51" parent="1" style="rounded=0;whiteSpace=wrap;html=1;fillColor=#f8cecc;strokeColor=#b85450;" value="RX2" vertex="1">
          <mxGeometry height="20" width="40" x="1180" y="500" as="geometry" />
        </mxCell>
        <mxCell id="CZOTg7jEOfR4dSwDY7-H-52" parent="1" style="rounded=0;whiteSpace=wrap;html=1;fillColor=#1ba1e2;strokeColor=#006EAF;fontColor=#ffffff;" value="F-D1" vertex="1">
          <mxGeometry height="20" width="40" x="1180" y="600" as="geometry" />
        </mxCell>
        <mxCell id="CZOTg7jEOfR4dSwDY7-H-53" parent="1" style="rounded=0;whiteSpace=wrap;html=1;fillColor=#1ba1e2;strokeColor=#006EAF;fontColor=#ffffff;" value="F-D0" vertex="1">
          <mxGeometry height="20" width="40" x="1180" y="620" as="geometry" />
        </mxCell>
        <mxCell id="CZOTg7jEOfR4dSwDY7-H-54" parent="1" style="rounded=0;whiteSpace=wrap;html=1;fillColor=#1ba1e2;strokeColor=#006EAF;fontColor=#ffffff;" value="F-CK" vertex="1">
          <mxGeometry height="20" width="40" x="1180" y="640" as="geometry" />
        </mxCell>
        <mxCell id="CZOTg7jEOfR4dSwDY7-H-55" parent="1" style="rounded=0;whiteSpace=wrap;html=1;fillColor=#6a00ff;strokeColor=#3700CC;fontColor=#ffffff;" value="T0" vertex="1">
          <mxGeometry height="20" width="40" x="1180" y="520" as="geometry" />
        </mxCell>
        <mxCell id="CZOTg7jEOfR4dSwDY7-H-56" parent="1" style="rounded=0;whiteSpace=wrap;html=1;fillColor=#6a00ff;strokeColor=#3700CC;fontColor=#ffffff;" value="T1" vertex="1">
          <mxGeometry height="20" width="40" x="1180" y="540" as="geometry" />
        </mxCell>
        <mxCell id="CZOTg7jEOfR4dSwDY7-H-57" parent="1" style="rounded=0;whiteSpace=wrap;html=1;fillColor=#6a00ff;strokeColor=#3700CC;fontColor=#ffffff;" value="T2" vertex="1">
          <mxGeometry height="20" width="40" x="1180" y="560" as="geometry" />
        </mxCell>
        <mxCell id="CZOTg7jEOfR4dSwDY7-H-58" parent="1" style="rounded=0;whiteSpace=wrap;html=1;fillColor=#6a00ff;strokeColor=#3700CC;fontColor=#ffffff;" value="T3" vertex="1">
          <mxGeometry height="20" width="40" x="1180" y="580" as="geometry" />
        </mxCell>
        <mxCell id="CZOTg7jEOfR4dSwDY7-H-59" parent="1" style="rounded=0;whiteSpace=wrap;html=1;fillColor=#6a00ff;strokeColor=#3700CC;fontColor=#ffffff;" value="T4" vertex="1">
          <mxGeometry height="20" width="40" x="940" y="560" as="geometry" />
        </mxCell>
        <mxCell id="CZOTg7jEOfR4dSwDY7-H-60" parent="1" style="rounded=0;whiteSpace=wrap;html=1;fillColor=#6a00ff;strokeColor=#3700CC;fontColor=#ffffff;" value="T5" vertex="1">
          <mxGeometry height="20" width="40" x="940" y="520" as="geometry" />
        </mxCell>
        <mxCell id="CZOTg7jEOfR4dSwDY7-H-61" parent="1" style="rounded=0;whiteSpace=wrap;html=1;fillColor=#6a00ff;strokeColor=#3700CC;fontColor=#ffffff;" value="T6" vertex="1">
          <mxGeometry height="20" width="40" x="940" y="500" as="geometry" />
        </mxCell>
        <mxCell id="CZOTg7jEOfR4dSwDY7-H-62" parent="1" style="rounded=0;whiteSpace=wrap;html=1;fillColor=#6a00ff;strokeColor=#3700CC;fontColor=#ffffff;" value="T7" vertex="1">
          <mxGeometry height="20" width="40" x="940" y="480" as="geometry" />
        </mxCell>
        <mxCell id="CZOTg7jEOfR4dSwDY7-H-63" parent="1" style="rounded=0;whiteSpace=wrap;html=1;fillColor=#6a00ff;strokeColor=#3700CC;fontColor=#ffffff;" value="T8" vertex="1">
          <mxGeometry height="20" width="40" x="940" y="420" as="geometry" />
        </mxCell>
        <mxCell id="CZOTg7jEOfR4dSwDY7-H-64" parent="1" style="rounded=0;whiteSpace=wrap;html=1;fillColor=#6a00ff;strokeColor=#3700CC;fontColor=#ffffff;" value="T9" vertex="1">
          <mxGeometry height="20" width="40" x="940" y="400" as="geometry" />
        </mxCell>
        <mxCell id="CZOTg7jEOfR4dSwDY7-H-65" parent="1" style="rounded=0;whiteSpace=wrap;html=1;fillColor=#f8cecc;strokeColor=#b85450;" value="TX1" vertex="1">
          <mxGeometry height="20" width="40" x="900" y="580" as="geometry" />
        </mxCell>
        <mxCell id="CZOTg7jEOfR4dSwDY7-H-66" parent="1" style="rounded=0;whiteSpace=wrap;html=1;fillColor=#f8cecc;strokeColor=#b85450;" value="RX1" vertex="1">
          <mxGeometry height="20" width="40" x="900" y="600" as="geometry" />
        </mxCell>
        <mxCell id="CZOTg7jEOfR4dSwDY7-H-67" parent="1" style="rounded=0;whiteSpace=wrap;html=1;fillColor=#f0a30a;strokeColor=#BD7000;fontColor=#000000;" value="DAC1" vertex="1">
          <mxGeometry height="20" width="40" x="940" y="440" as="geometry" />
        </mxCell>
        <mxCell id="CZOTg7jEOfR4dSwDY7-H-68" parent="1" style="rounded=0;whiteSpace=wrap;html=1;fillColor=#f0a30a;strokeColor=#BD7000;fontColor=#000000;" value="DAC2" vertex="1">
          <mxGeometry height="20" width="40" x="940" y="460" as="geometry" />
        </mxCell>
        <mxCell id="CZOTg7jEOfR4dSwDY7-H-69" parent="1" style="rounded=0;whiteSpace=wrap;html=1;fillColor=#1ba1e2;strokeColor=#006EAF;fontColor=#ffffff;" value="F-D2" vertex="1">
          <mxGeometry height="20" width="40" x="940" y="580" as="geometry" />
        </mxCell>
        <mxCell id="CZOTg7jEOfR4dSwDY7-H-70" parent="1" style="rounded=0;whiteSpace=wrap;html=1;fillColor=#1ba1e2;strokeColor=#006EAF;fontColor=#ffffff;" value="F-D3" vertex="1">
          <mxGeometry height="20" width="40" x="940" y="600" as="geometry" />
        </mxCell>
        <mxCell id="CZOTg7jEOfR4dSwDY7-H-71" parent="1" style="rounded=0;whiteSpace=wrap;html=1;fillColor=#1ba1e2;strokeColor=#006EAF;fontColor=#ffffff;fontSize=10;" value="F-CMD" vertex="1">
          <mxGeometry height="20" width="40" x="940" y="620" as="geometry" />
        </mxCell>
        <mxCell id="CZOTg7jEOfR4dSwDY7-H-72" parent="1" style="triangle;whiteSpace=wrap;html=1;fillColor=#000000;" value="" vertex="1">
          <mxGeometry height="20" width="10" x="960" y="380" as="geometry" />
        </mxCell>
        <mxCell id="CZOTg7jEOfR4dSwDY7-H-73" edge="1" parent="1" style="endArrow=none;html=1;rounded=0;entryX=0;entryY=0.5;entryDx=0;entryDy=0;" target="CZOTg7jEOfR4dSwDY7-H-9" value="">
          <mxGeometry height="50" relative="1" width="50" as="geometry">
            <mxPoint x="940" y="390" as="sourcePoint" />
            <mxPoint x="1010" y="380" as="targetPoint" />
          </mxGeometry>
        </mxCell>
        <mxCell id="CZOTg7jEOfR4dSwDY7-H-74" parent="1" style="triangle;whiteSpace=wrap;html=1;fillColor=#000000;" value="" vertex="1">
          <mxGeometry height="20" width="10" x="960" y="360" as="geometry" />
        </mxCell>
        <mxCell id="CZOTg7jEOfR4dSwDY7-H-75" edge="1" parent="1" style="endArrow=none;html=1;rounded=0;entryX=0;entryY=0.5;entryDx=0;entryDy=0;" value="">
          <mxGeometry height="50" relative="1" width="50" as="geometry">
            <mxPoint x="940" y="370" as="sourcePoint" />
            <mxPoint x="980" y="370" as="targetPoint" />
          </mxGeometry>
        </mxCell>
        <mxCell id="CZOTg7jEOfR4dSwDY7-H-76" parent="1" style="triangle;whiteSpace=wrap;html=1;fillColor=#000000;" value="" vertex="1">
          <mxGeometry height="20" width="10" x="960" y="340" as="geometry" />
        </mxCell>
        <mxCell id="CZOTg7jEOfR4dSwDY7-H-77" edge="1" parent="1" style="endArrow=none;html=1;rounded=0;entryX=0;entryY=0.5;entryDx=0;entryDy=0;" value="">
          <mxGeometry height="50" relative="1" width="50" as="geometry">
            <mxPoint x="940" y="350" as="sourcePoint" />
            <mxPoint x="980" y="350" as="targetPoint" />
          </mxGeometry>
        </mxCell>
        <mxCell id="CZOTg7jEOfR4dSwDY7-H-78" parent="1" style="triangle;whiteSpace=wrap;html=1;fillColor=#000000;" value="" vertex="1">
          <mxGeometry height="20" width="10" x="960" y="320" as="geometry" />
        </mxCell>
        <mxCell id="CZOTg7jEOfR4dSwDY7-H-79" edge="1" parent="1" style="endArrow=none;html=1;rounded=0;entryX=0;entryY=0.5;entryDx=0;entryDy=0;" value="">
          <mxGeometry height="50" relative="1" width="50" as="geometry">
            <mxPoint x="940" y="330" as="sourcePoint" />
            <mxPoint x="980" y="330" as="targetPoint" />
          </mxGeometry>
+         </mxCell>
+         <mxCell id="bY2mVrswL3dCqPc0zrzB-1" parent="1" style="text;html=1;whiteSpace=wrap;strokeColor=none;fillColor=none;align=center;verticalAlign=middle;rounded=0;" value="MOSI" vertex="1">
+           <mxGeometry height="20" width="70" x="1220" y="300" as="geometry" />
+         </mxCell>
+         <mxCell id="bY2mVrswL3dCqPc0zrzB-2" parent="1" style="text;html=1;whiteSpace=wrap;strokeColor=none;fillColor=none;align=center;verticalAlign=middle;rounded=0;" value="MISO" vertex="1">
+           <mxGeometry height="20" width="70" x="1220" y="420" as="geometry" />
+         </mxCell>
+         <mxCell id="bY2mVrswL3dCqPc0zrzB-3" parent="1" style="text;html=1;whiteSpace=wrap;strokeColor=none;fillColor=none;align=center;verticalAlign=middle;rounded=0;" value="SCLK" vertex="1">
+           <mxGeometry height="20" width="70" x="1220" y="440" as="geometry" />
+         </mxCell>
+         <mxCell id="bY2mVrswL3dCqPc0zrzB-4" parent="1" style="text;html=1;whiteSpace=wrap;strokeColor=none;fillColor=none;align=center;verticalAlign=middle;rounded=0;" value="CS0" vertex="1">
+           <mxGeometry height="20" width="70" x="1220" y="460" as="geometry" />
+         </mxCell>
+         <mxCell id="bY2mVrswL3dCqPc0zrzB-5" parent="1" style="text;html=1;whiteSpace=wrap;strokeColor=none;fillColor=none;align=center;verticalAlign=middle;rounded=0;" value="CS1" vertex="1">
+           <mxGeometry height="20" width="70" x="1220" y="480" as="geometry" />
+         </mxCell>
+         <mxCell id="bY2mVrswL3dCqPc0zrzB-6" parent="1" style="text;html=1;whiteSpace=wrap;strokeColor=none;fillColor=none;align=center;verticalAlign=middle;rounded=0;" value="CS2" vertex="1">
+           <mxGeometry height="20" width="70" x="1220" y="500" as="geometry" />
+         </mxCell>
+         <mxCell id="bY2mVrswL3dCqPc0zrzB-7" parent="1" style="text;html=1;whiteSpace=wrap;strokeColor=none;fillColor=none;align=center;verticalAlign=middle;rounded=0;" value="CS3" vertex="1">
+           <mxGeometry height="20" width="70" x="1220" y="380" as="geometry" />
+         </mxCell>
+         <mxCell id="bY2mVrswL3dCqPc0zrzB-9" parent="1" style="text;html=1;whiteSpace=wrap;strokeColor=none;fillColor=none;align=center;verticalAlign=middle;rounded=0;" value="PWM CH1" vertex="1">
+           <mxGeometry height="20" width="70" x="860" y="320" as="geometry" />
+         </mxCell>
+         <mxCell id="bY2mVrswL3dCqPc0zrzB-10" parent="1" style="text;html=1;whiteSpace=wrap;strokeColor=none;fillColor=none;align=center;verticalAlign=middle;rounded=0;" value="PWM CH2" vertex="1">
+           <mxGeometry height="20" width="70" x="860" y="340" as="geometry" />
+         </mxCell>
+         <mxCell id="bY2mVrswL3dCqPc0zrzB-11" parent="1" style="text;html=1;whiteSpace=wrap;strokeColor=none;fillColor=none;align=center;verticalAlign=middle;rounded=0;" value="PWM CH3" vertex="1">
+           <mxGeometry height="20" width="70" x="860" y="360" as="geometry" />
+         </mxCell>
+         <mxCell id="bY2mVrswL3dCqPc0zrzB-12" parent="1" style="text;html=1;whiteSpace=wrap;strokeColor=none;fillColor=none;align=center;verticalAlign=middle;rounded=0;" value="PWM CH4" vertex="1">
+           <mxGeometry height="20" width="70" x="860" y="380" as="geometry" />
        </mxCell>
      </root>
    </mxGraphModel>
  </diagram>
</mxfile>
